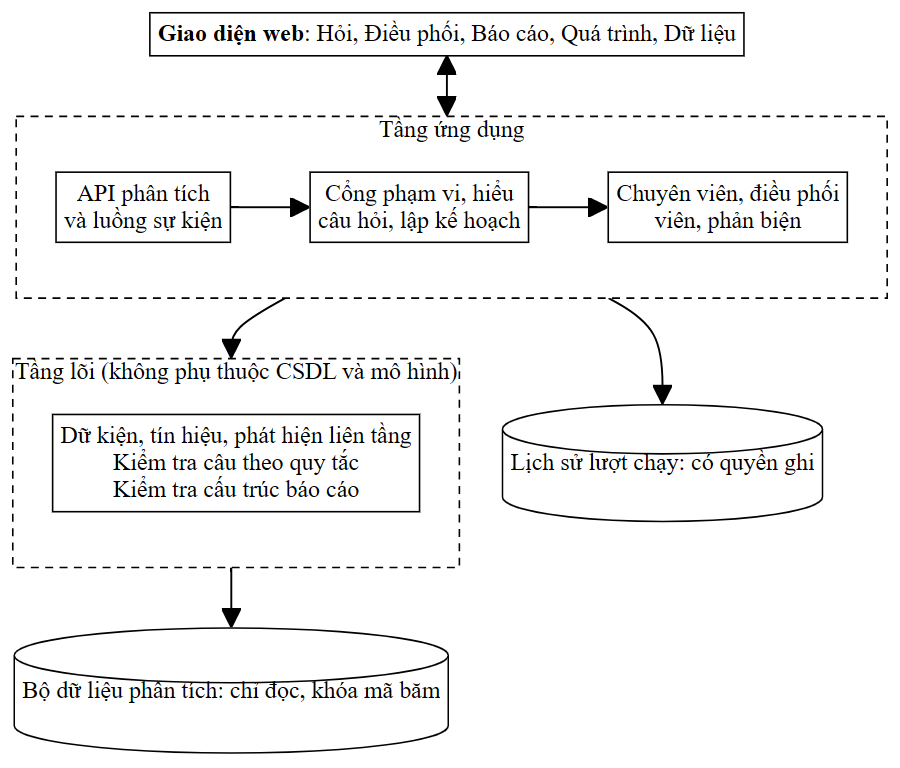
The Mermaid diagram docs/thesis-v2/figures/hinh-4-1-kien-truc-phan-tang.png in thaicuong576/final-thesis, before a commit. Its source is kept beside it as docs/thesis-v2/figures/hinh-4-1-kien-truc-phan-tang.mmd.
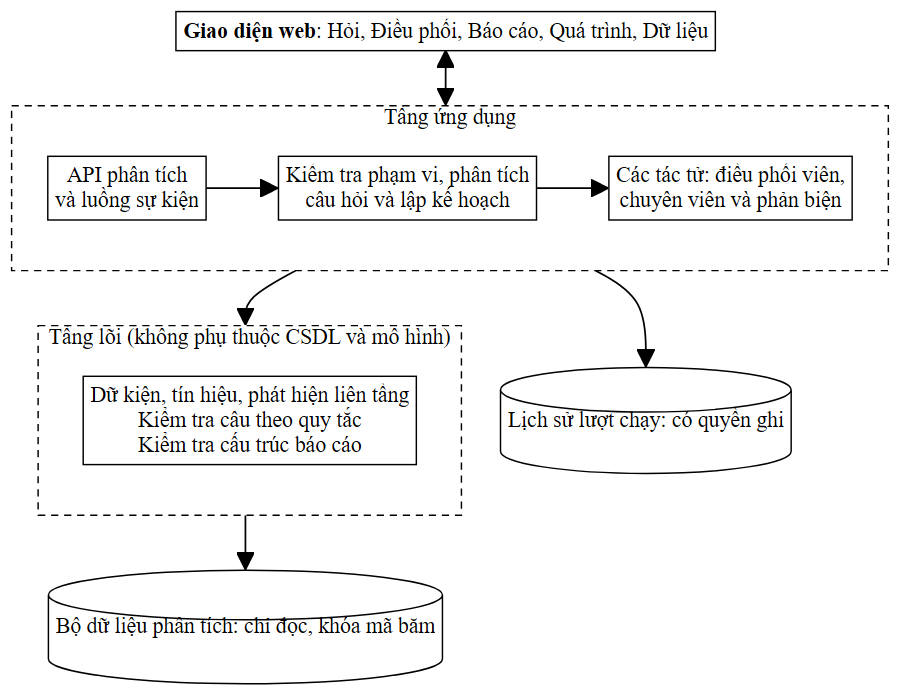
After the commit.

Diff of the diagram source:
```diff
@@ -3,11 +3,11 @@
     subgraph App ["Tầng ứng dụng"]
         direction LR
         API["API phân tích<br/>và luồng sự kiện"]
-        GATE["Cổng phạm vi, hiểu<br/>câu hỏi, lập kế hoạch"]
-        AG["Chuyên viên, điều phối<br/>viên, phản biện"]
+        GATE["Kiểm tra phạm vi, phân tích<br/>câu hỏi và lập kế hoạch"]
+        AG["Các tác tử: điều phối viên,<br/>chuyên viên và phản biện"]
         API --> GATE --> AG
     end
-    subgraph Core ["Tầng lõi (không phụ thuộc CSDL và mô hình)"]
+    subgraph Core ["&nbsp;&nbsp;Tầng lõi (không phụ thuộc CSDL và mô hình)&nbsp;&nbsp;"]
         CORE["Dữ kiện, tín hiệu, phát hiện liên tầng<br/>Kiểm tra câu theo quy tắc<br/>Kiểm tra cấu trúc báo cáo"]
     end
     DB[("Bộ dữ liệu phân tích: chỉ đọc, khóa mã băm")]
```
